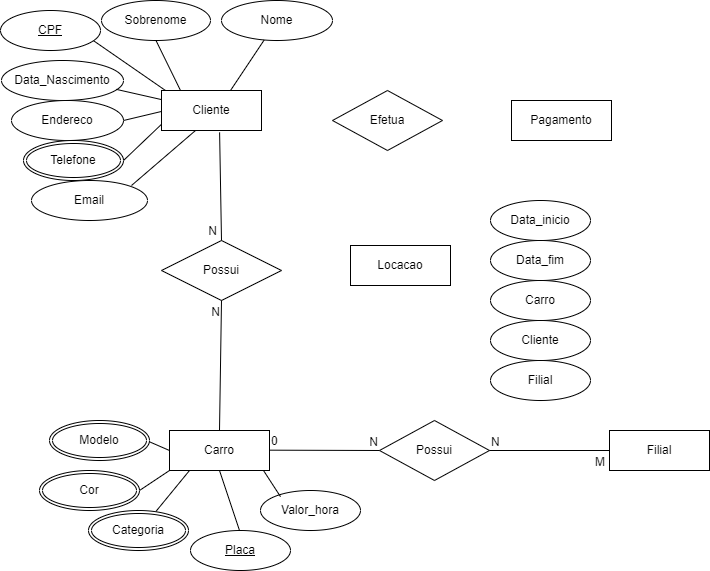
Kelly-Prone/diagramas keeps this draw.io diagram as Mapa_BD1.drawio.png. Above is the earlier version. Source tidied: cells renumbered, new cells last; positions are measured from the earlier drawing's top-left corner, leaving out a move shared by most shapes.
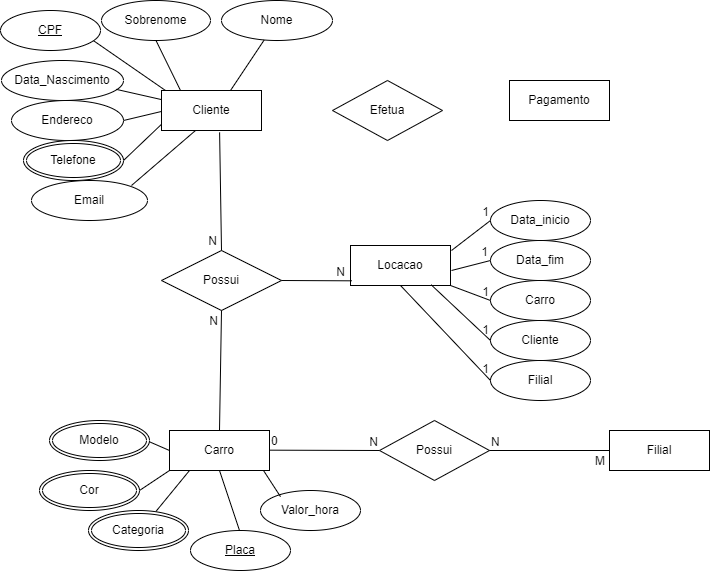
The same file after the commit.

Change to the diagram source:
```diff
@@ -69,7 +69,7 @@
       <mxGeometry y="10" width="100" height="40" as="geometry" />
     </mxCell>
     <mxCell id="18" value="Possui" style="shape=rhombus;perimeter=rhombusPerimeter;whiteSpace=wrap;html=1;align=center;" parent="1" vertex="1">
-      <mxGeometry x="161" y="240" width="120" height="60" as="geometry" />
+      <mxGeometry x="161" y="250" width="120" height="60" as="geometry" />
     </mxCell>
     <mxCell id="19" value="Valor_hora" style="ellipse;whiteSpace=wrap;html=1;align=center;" parent="1" vertex="1">
       <mxGeometry x="260" y="490" width="100" height="40" as="geometry" />
@@ -117,7 +117,7 @@
     </mxCell>
     <mxCell id="29" value="N" style="html=1;whiteSpace=wrap;align=right;verticalAlign=bottom;" parent="28" vertex="1">
       <mxGeometry x="1" relative="1" as="geometry">
-        <mxPoint y="20" as="offset" />
+        <mxPoint x="-2" y="19" as="offset" />
       </mxGeometry>
     </mxCell>
     <mxCell id="30" value="Modelo" style="ellipse;shape=doubleEllipse;margin=3;whiteSpace=wrap;html=1;align=center;" parent="1" vertex="1">
@@ -154,14 +154,14 @@
     </mxCell>
     <mxCell id="40" value="M" style="html=1;whiteSpace=wrap;align=right;verticalAlign=bottom;" parent="38" vertex="1">
       <mxGeometry x="1" relative="1" as="geometry">
-        <mxPoint x="-3" y="20" as="offset" />
+        <mxPoint x="-3" y="19" as="offset" />
       </mxGeometry>
     </mxCell>
     <mxCell id="41" value="Efetua" style="shape=rhombus;perimeter=rhombusPerimeter;whiteSpace=wrap;html=1;align=center;" parent="1" vertex="1">
-      <mxGeometry x="332" y="90" width="110" height="60" as="geometry" />
+      <mxGeometry x="332" y="80" width="110" height="60" as="geometry" />
     </mxCell>
     <mxCell id="42" value="Pagamento" style="whiteSpace=wrap;html=1;align=center;" parent="1" vertex="1">
-      <mxGeometry x="511" y="100" width="100" height="40" as="geometry" />
+      <mxGeometry x="509" y="80" width="100" height="40" as="geometry" />
     </mxCell>
     <mxCell id="43" value="Locacao" style="whiteSpace=wrap;html=1;align=center;" parent="1" vertex="1">
       <mxGeometry x="350" y="245" width="100" height="40" as="geometry" />
@@ -181,5 +181,59 @@
     <mxCell id="48" value="Filial" style="ellipse;whiteSpace=wrap;html=1;align=center;" parent="1" vertex="1">
       <mxGeometry x="490" y="360" width="100" height="40" as="geometry" />
     </mxCell>
+    <mxCell id="49" style="endArrow=none;html=1;rounded=0;entryX=0;entryY=0.5;entryDx=0;entryDy=0;" parent="1" edge="1" target="44">
+      <mxGeometry relative="1" as="geometry">
+        <mxPoint x="451" y="250" as="sourcePoint" />
+      </mxGeometry>
+    </mxCell>
+    <mxCell id="50" value="1" style="html=1;whiteSpace=wrap;align=right;verticalAlign=bottom;" parent="49" vertex="1">
+      <mxGeometry x="1" relative="1" as="geometry" />
+    </mxCell>
+    <mxCell id="51" style="endArrow=none;html=1;rounded=0;entryX=0;entryY=0.5;entryDx=0;entryDy=0;" parent="1" edge="1" target="45">
+      <mxGeometry relative="1" as="geometry">
+        <mxPoint x="451" y="270" as="sourcePoint" />
+      </mxGeometry>
+    </mxCell>
+    <mxCell id="52" value="1" style="html=1;whiteSpace=wrap;align=right;verticalAlign=bottom;" parent="51" vertex="1">
+      <mxGeometry x="1" relative="1" as="geometry" />
+    </mxCell>
+    <mxCell id="53" style="endArrow=none;html=1;rounded=0;entryX=0;entryY=0.5;entryDx=0;entryDy=0;exitX=0.5;exitY=1;exitDx=0;exitDy=0;" parent="1" edge="1" source="43">
+      <mxGeometry relative="1" as="geometry">
+        <mxPoint x="490" y="380" as="targetPoint" />
+      </mxGeometry>
+    </mxCell>
+    <mxCell id="54" value="1" style="html=1;whiteSpace=wrap;align=right;verticalAlign=bottom;" parent="53" vertex="1">
+      <mxGeometry x="1" relative="1" as="geometry">
+        <mxPoint y="-3" as="offset" />
+      </mxGeometry>
+    </mxCell>
+    <mxCell id="55" style="endArrow=none;html=1;rounded=0;entryX=0;entryY=0.5;entryDx=0;entryDy=0;exitX=0.807;exitY=0.983;exitDx=0;exitDy=0;exitPerimeter=0;" parent="1" edge="1" source="43">
+      <mxGeometry relative="1" as="geometry">
+        <mxPoint x="490" y="340" as="targetPoint" />
+      </mxGeometry>
+    </mxCell>
+    <mxCell id="56" value="1" style="html=1;whiteSpace=wrap;align=right;verticalAlign=bottom;" parent="55" vertex="1">
+      <mxGeometry x="1" relative="1" as="geometry">
+        <mxPoint y="-2" as="offset" />
+      </mxGeometry>
+    </mxCell>
+    <mxCell id="57" style="endArrow=none;html=1;rounded=0;entryX=0;entryY=0.5;entryDx=0;entryDy=0;exitX=1;exitY=1;exitDx=0;exitDy=0;" parent="1" edge="1" source="43">
+      <mxGeometry relative="1" as="geometry">
+        <mxPoint x="490" y="300" as="targetPoint" />
+      </mxGeometry>
+    </mxCell>
+    <mxCell id="58" value="1" style="html=1;whiteSpace=wrap;align=right;verticalAlign=bottom;" parent="57" vertex="1">
+      <mxGeometry x="1" relative="1" as="geometry" />
+    </mxCell>
+    <mxCell id="59" style="endArrow=none;html=1;rounded=0;entryX=0.013;entryY=0.883;entryDx=0;entryDy=0;entryPerimeter=0;" parent="1" edge="1" target="43">
+      <mxGeometry relative="1" as="geometry">
+        <mxPoint x="281" y="280" as="sourcePoint" />
+      </mxGeometry>
+    </mxCell>
+    <mxCell id="60" value="N" style="html=1;whiteSpace=wrap;align=right;verticalAlign=bottom;" parent="59" vertex="1">
+      <mxGeometry x="1" relative="1" as="geometry">
+        <mxPoint x="-5" as="offset" />
+      </mxGeometry>
+    </mxCell>
   </root>
 </mxGraphModel>
```
